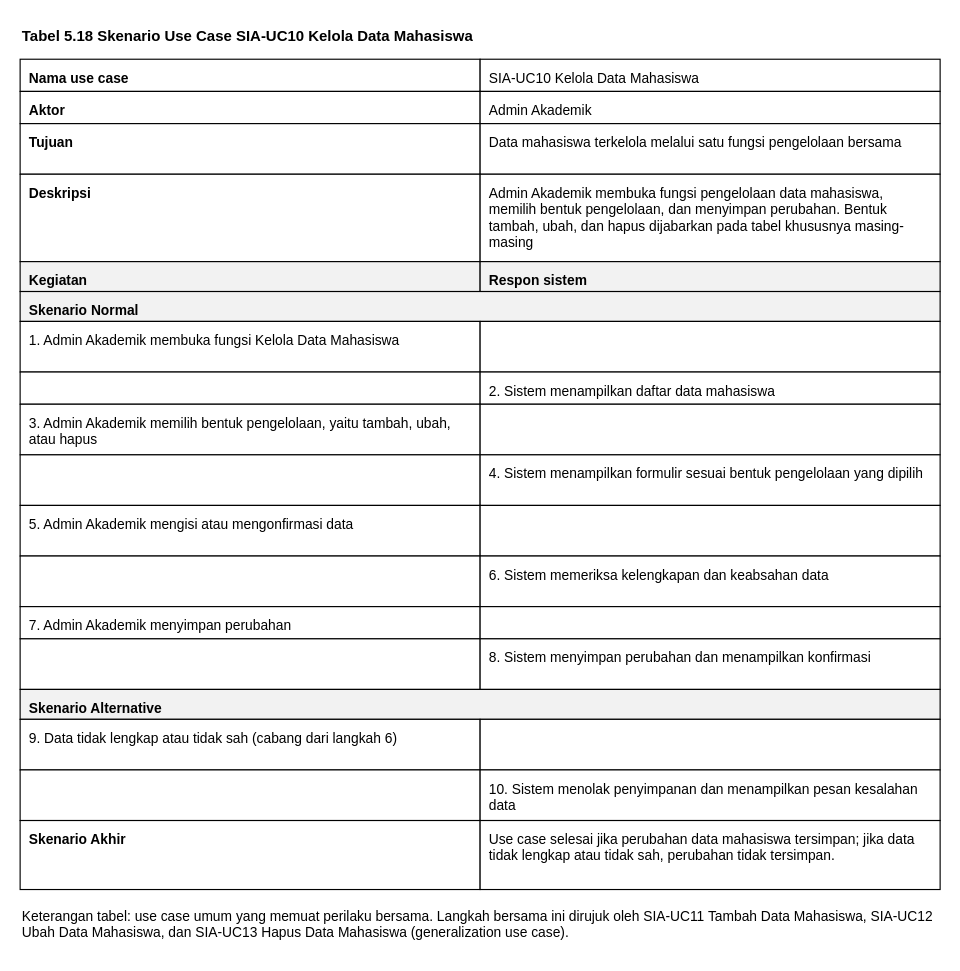
2406077-bit/IFRWP5149_2406077_LabAlat keeps this draw.io diagram as page "Tabel 5.18 SIA-UC10" (4 of 7) of 04_model_analisis/P05/SIA/P05_2406077_SIA_notasi_usecase_v01.drawio. Above is the earlier version. Source tidied: cells renumbered, new cells numbered last; positions are measured from the earlier drawing's top-left corner, leaving out a move shared by most shapes. Both pictures are drawn from the tidied source at 115%, with x=0, y=0 at pixel (20, 20).
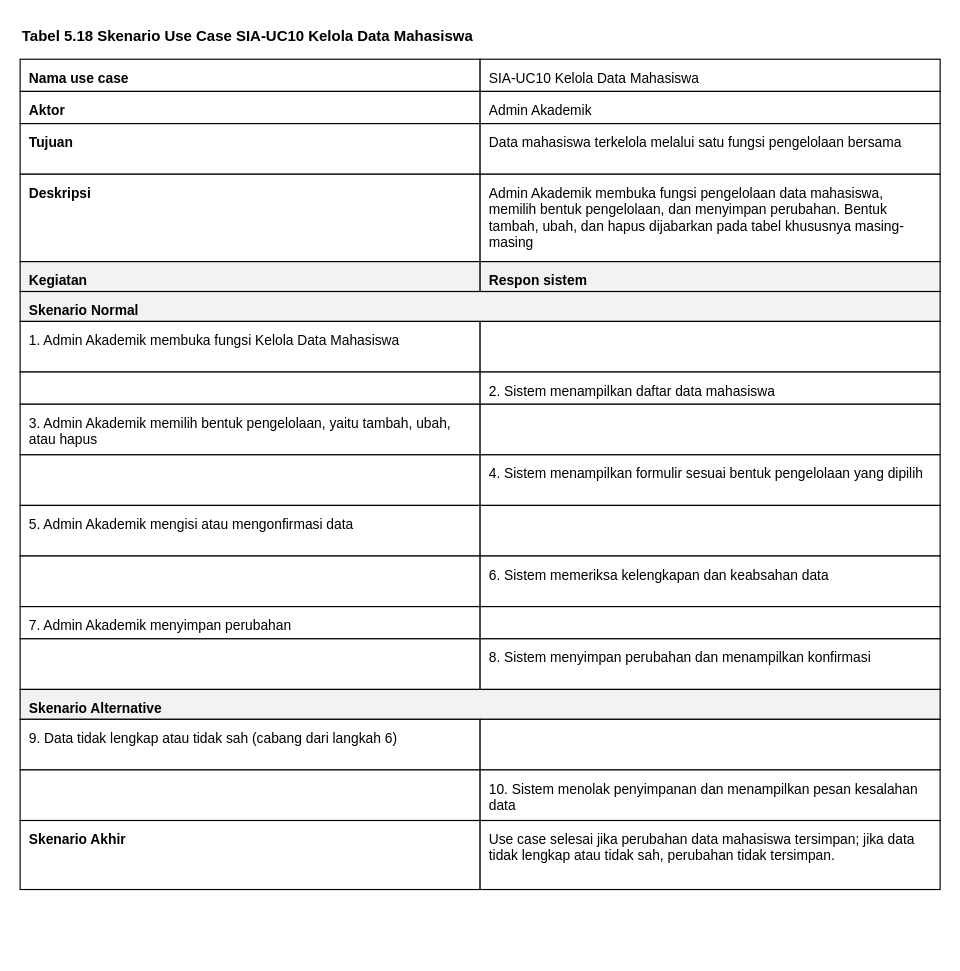
The same diagram, later.

Commit message (it also covers changes not shown here):
P05 SKENARIO USE CASE: DARI DIAGRAM KE LANGKAH KEGIATAN

Diff of the diagram source:
```diff
@@
-    <mxCell id="37" value="Keterangan tabel: use case umum yang memuat perilaku bersama. Langkah bersama ini dirujuk oleh SIA-UC11 Tambah Data Mahasiswa, SIA-UC12 Ubah Data Mahasiswa, dan SIA-UC13 Hapus Data Mahasiswa (generalization use case)." style="text;html=1;align=left;verticalAlign=top;whiteSpace=wrap;fontSize=12;" parent="1" vertex="1">
-      <mxGeometry y="766" width="800" height="44" as="geometry" />
-    </mxCell>
```
